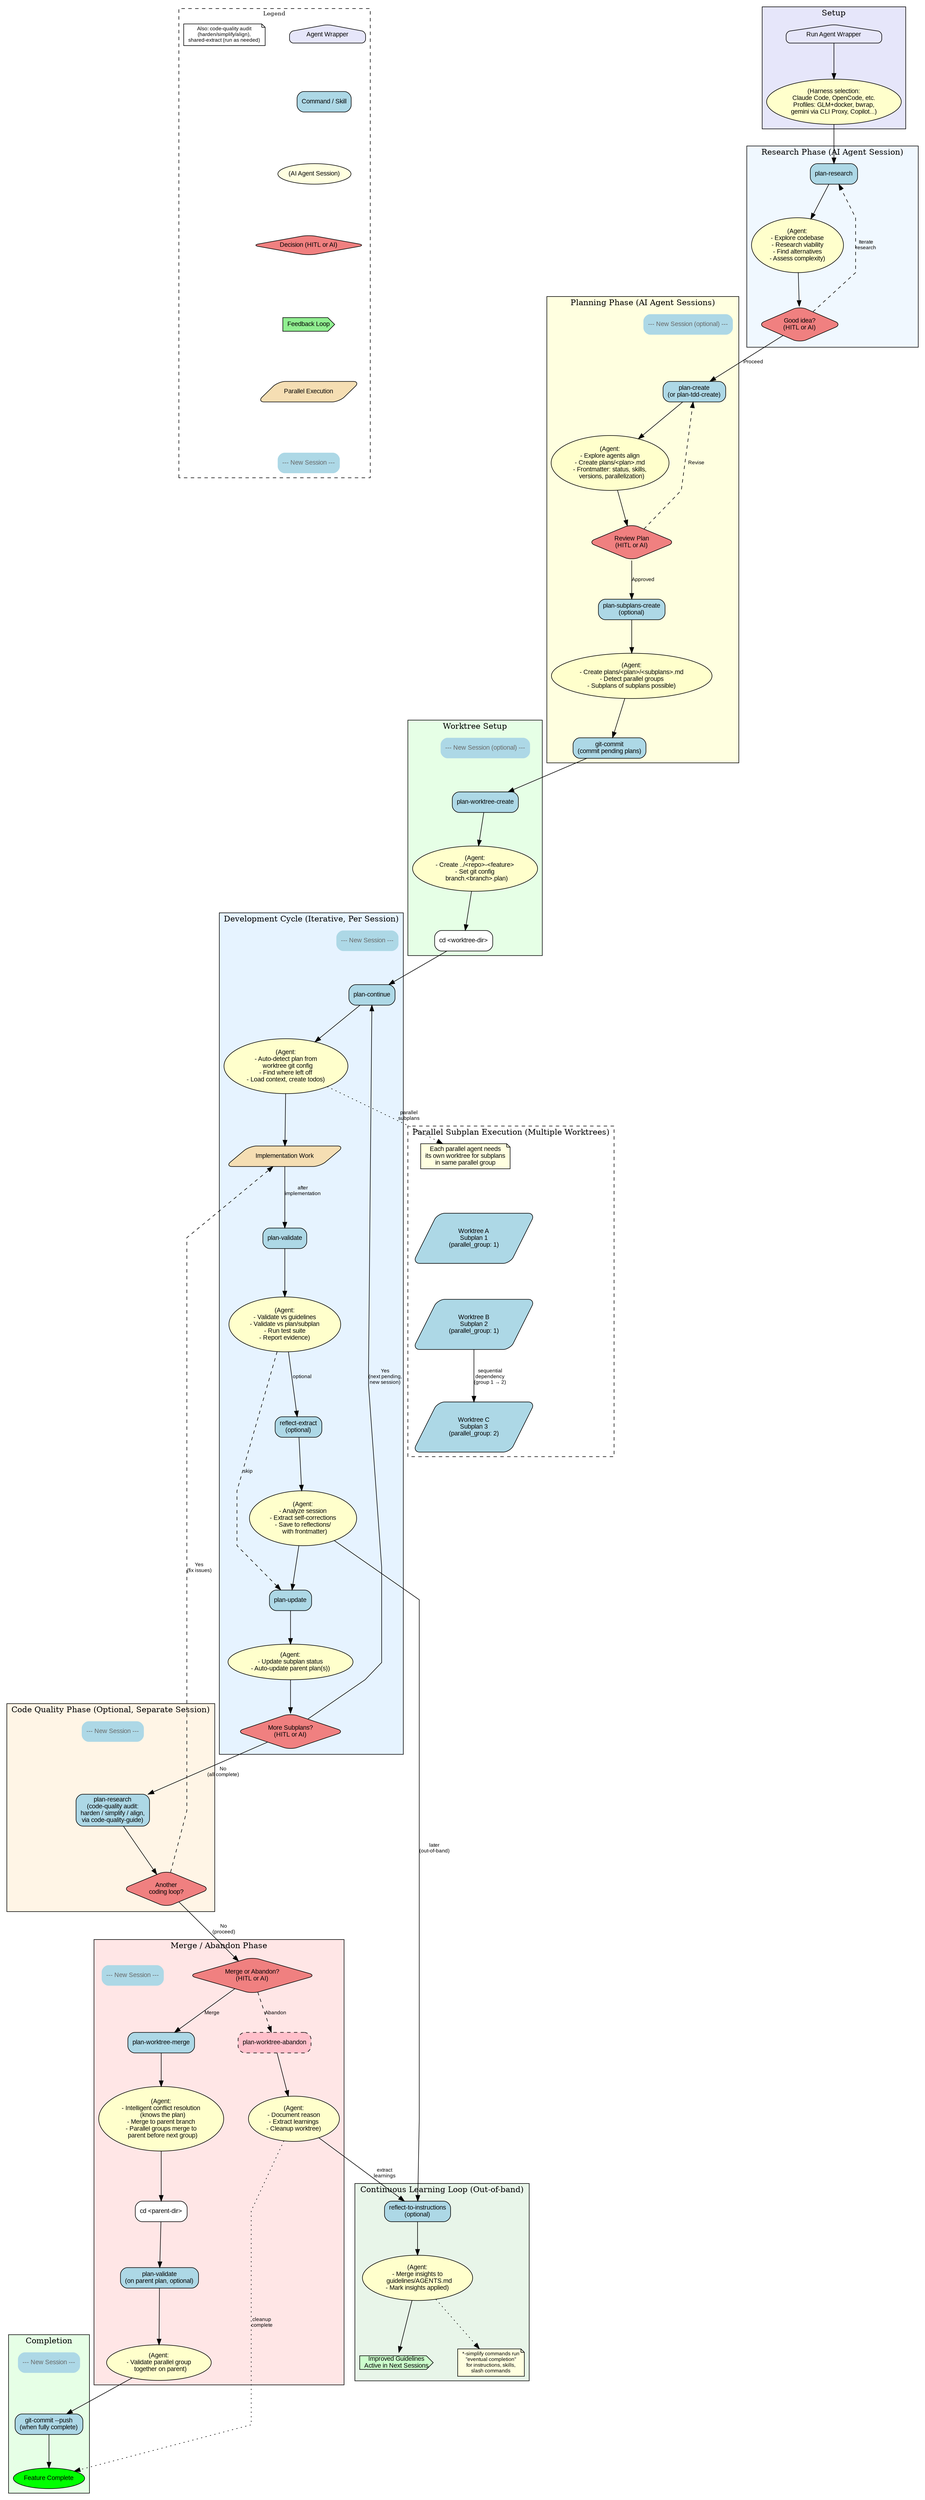
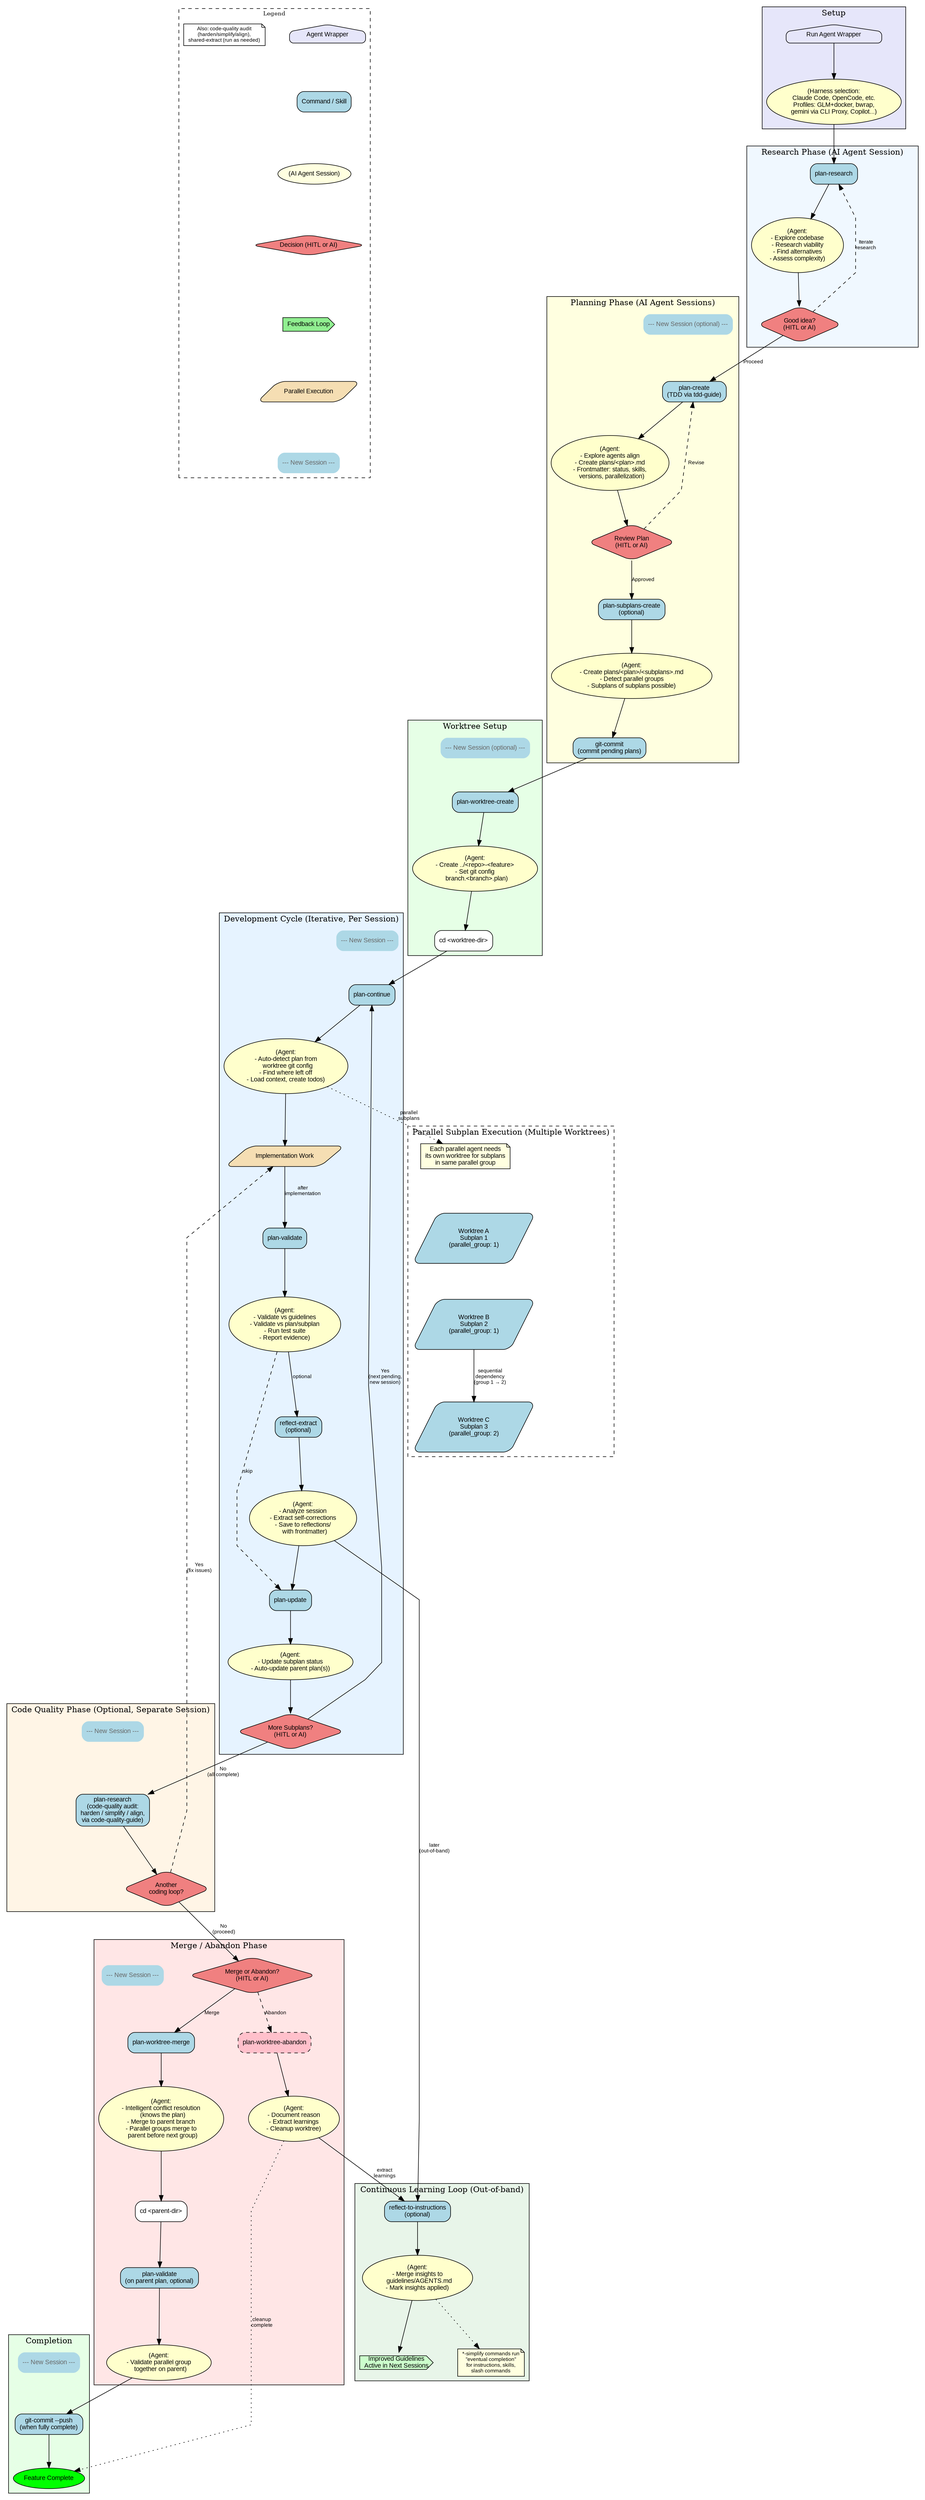
digraph Workflow {
  // Graph settings
  rankdir=TB;
  compound=true;
  newrank=true;
  splines=polyline;
  nodesep=0.6;
  ranksep=0.8;

  // Default node/edge styles
  node [shape=box, style="rounded,filled", fillcolor=lightblue, fontname="Arial", fontsize=11];
  edge [fontname="Arial", fontsize=9];

  // Legend
  subgraph cluster_legend {
    label="Legend";
    style=dashed;
    fontsize=10;

    leg_wrapper [label="Agent Wrapper", shape=house, fillcolor=lavender];
    leg_cmd [label="Command / Skill", fillcolor=lightblue];
    leg_agent [label="(AI Agent Session)", shape=ellipse, fillcolor=lightyellow];
    leg_human [label="Decision (HITL or AI)", shape=diamond, fillcolor=lightcoral];
    leg_loop [label="Feedback Loop", shape=cds, fillcolor=lightgreen];
    leg_parallel [label="Parallel Execution", shape=parallelogram, fillcolor=wheat];
    leg_session [label="--- New Session ---", shape=plaintext, fontcolor=gray40];
    leg_note [label="Also: code-quality audit\n(harden/simplify/align),\nshared-extract (run as needed)", shape=note, fillcolor=white, fontsize=9];

    leg_wrapper -> leg_cmd -> leg_agent -> leg_human -> leg_loop -> leg_parallel -> leg_session [style=invis];
  }

  // Start - Agent Wrapper
  subgraph cluster_setup {
    label="Setup";
    style=filled;
    fillcolor=lavender;

    start [label="Run Agent Wrapper", shape=house, fillcolor=lavender];
    start_agent [label="(Harness selection:\nClaude Code, OpenCode, etc.\nProfiles: GLM+docker, bwrap,\ngemini via CLI Proxy, Copilot...)", shape=ellipse, fillcolor="#ffffcc"];
  }

  // Research Phase
  subgraph cluster_research {
    label="Research Phase (AI Agent Session)";
    style=filled;
    fillcolor="#f0f8ff";

    plan_research [label="plan-research", fillcolor=lightblue];
    plan_research_agent [label="(Agent:\n- Explore codebase\n- Research viability\n- Find alternatives\n- Assess complexity)", shape=ellipse, fillcolor="#ffffcc"];
    research_review [label="Good idea?\n(HITL or AI)", shape=diamond, fillcolor=lightcoral];
  }

  // Planning Phase
  subgraph cluster_planning {
    label="Planning Phase (AI Agent Sessions)";
    style=filled;
    fillcolor=lightyellow;

    session_planning [label="--- New Session (optional) ---", shape=plaintext, fontcolor=gray40];
-     plan_create [label="plan-create\n(or plan-tdd-create)", fillcolor=lightblue];
+     plan_create [label="plan-create\n(TDD via tdd-guide)", fillcolor=lightblue];
    plan_create_agent [label="(Agent:\n- Explore agents align\n- Create plans/<plan>.md\n- Frontmatter: status, skills,\n  versions, parallelization)", shape=ellipse, fillcolor="#ffffcc"];
    plan_review [label="Review Plan\n(HITL or AI)", shape=diamond, fillcolor=lightcoral];
    plan_subplans [label="plan-subplans-create\n(optional)", fillcolor=lightblue];
    plan_subplans_agent [label="(Agent:\n- Create plans/<plan>/<subplans>.md\n- Detect parallel groups\n- Subplans of subplans possible)", shape=ellipse, fillcolor="#ffffcc"];
    git_commit_plans [label="git-commit\n(commit pending plans)", fillcolor=lightblue];
  }

  // Worktree Setup
  subgraph cluster_worktree_setup {
    label="Worktree Setup";
    style=filled;
    fillcolor="#e6ffe6";

    session_worktree [label="--- New Session (optional) ---", shape=plaintext, fontcolor=gray40];
    plan_worktree_create [label="plan-worktree-create", fillcolor=lightblue];
    worktree_agent [label="(Agent:\n- Create ../<repo>-<feature>\n- Set git config\n  branch.<branch>.plan)", shape=ellipse, fillcolor="#ffffcc"];
    cd_worktree [label="cd <worktree-dir>", shape=box, fillcolor=white];
  }

  // Development Cycle
  subgraph cluster_dev_cycle {
    label="Development Cycle (Iterative, Per Session)";
    style=filled;
    fillcolor="#e6f3ff";

    session_dev [label="--- New Session ---", shape=plaintext, fontcolor=gray40];

    plan_continue [label="plan-continue", fillcolor=lightblue];
    plan_continue_agent [label="(Agent:\n- Auto-detect plan from\n  worktree git config\n- Find where left off\n- Load context, create todos)", shape=ellipse, fillcolor="#ffffcc"];

    work [label="Implementation Work", shape=parallelogram, fillcolor=wheat];

    plan_validate [label="plan-validate", fillcolor=lightblue];
    validate_agent [label="(Agent:\n- Validate vs guidelines\n- Validate vs plan/subplan\n- Run test suite\n- Report evidence)", shape=ellipse, fillcolor="#ffffcc"];

    insights_extract [label="reflect-extract\n(optional)", fillcolor=lightblue];
    insights_agent [label="(Agent:\n- Analyze session\n- Extract self-corrections\n- Save to reflections/\n  with frontmatter)", shape=ellipse, fillcolor="#ffffcc"];

    plan_update [label="plan-update", fillcolor=lightblue];
    update_agent [label="(Agent:\n- Update subplan status\n- Auto-update parent plan(s))", shape=ellipse, fillcolor="#ffffcc"];

    more_subplans [label="More Subplans?\n(HITL or AI)", shape=diamond, fillcolor=lightcoral];
  }

  // Code Quality Phase
  subgraph cluster_quality {
    label="Code Quality Phase (Optional, Separate Session)";
    style=filled;
    fillcolor="#fff5e6";

    session_quality [label="--- New Session ---", shape=plaintext, fontcolor=gray40];
    code_quality [label="plan-research\n(code-quality audit:\nharden / simplify / align,\nvia code-quality-guide)", fillcolor=lightblue];
    quality_loop [label="Another\ncoding loop?", shape=diamond, fillcolor=lightcoral];
  }

  // Parallel Execution
  subgraph cluster_parallel {
    label="Parallel Subplan Execution (Multiple Worktrees)";
    style=dashed;
    fillcolor=wheat;

    parallel_note [label="Each parallel agent needs\nits own worktree for subplans\nin same parallel group", shape=note, fillcolor=lightyellow];
    worktree_1 [label="Worktree A\nSubplan 1\n(parallel_group: 1)", shape=parallelogram];
    worktree_2 [label="Worktree B\nSubplan 2\n(parallel_group: 1)", shape=parallelogram];
    worktree_3 [label="Worktree C\nSubplan 3\n(parallel_group: 2)", shape=parallelogram];
  }

  // Merge Phase
  subgraph cluster_merge {
    label="Merge / Abandon Phase";
    style=filled;
    fillcolor="#ffe6e6";

    session_merge [label="--- New Session ---", shape=plaintext, fontcolor=gray40];

    merge_or_abandon [label="Merge or Abandon?\n(HITL or AI)", shape=diamond, fillcolor=lightcoral];

    plan_worktree_merge [label="plan-worktree-merge", fillcolor=lightblue];
    merge_agent [label="(Agent:\n- Intelligent conflict resolution\n  (knows the plan)\n- Merge to parent branch\n- Parallel groups merge to\n  parent before next group)", shape=ellipse, fillcolor="#ffffcc"];

    plan_worktree_abandon [label="plan-worktree-abandon", fillcolor=pink, style="rounded,filled,dashed"];
    abandon_agent [label="(Agent:\n- Document reason\n- Extract learnings\n- Cleanup worktree)", shape=ellipse, fillcolor="#ffffcc"];

    cd_parent [label="cd <parent-dir>", shape=box, fillcolor=white];

    plan_validate_parent [label="plan-validate\n(on parent plan, optional)", fillcolor=lightblue];
    validate_parent_agent [label="(Agent:\n- Validate parallel group\n  together on parent)", shape=ellipse, fillcolor="#ffffcc"];
  }

  // Learning Integration Loop
  subgraph cluster_insights_loop {
    label="Continuous Learning Loop (Out-of-band)";
    style=filled;
    fillcolor="#e8f5e9";

    insights_integrate [label="reflect-to-instructions\n(optional)", fillcolor=lightblue];
    integrate_agent [label="(Agent:\n- Merge insights to\n  guidelines/AGENTS.md\n- Mark insights applied)", shape=ellipse, fillcolor="#ffffcc"];

    skills_active [label="Improved Guidelines\nActive in Next Sessions", shape=cds, fillcolor="#ccffcc"];

    simplify_note [label="*-simplify commands run\n\"eventual completion\"\nfor instructions, skills,\nslash commands", shape=note, fillcolor=lightyellow, fontsize=9];
  }

  // Completion
  subgraph cluster_complete {
    label="Completion";
    style=filled;
    fillcolor="#e6ffe6";

    session_complete [label="--- New Session ---", shape=plaintext, fontcolor=gray40];
    git_commit_push [label="git-commit --push\n(when fully complete)", fillcolor=lightblue];
    end [label="Feature Complete", shape=oval, fillcolor=green];
  }

  // Main Flow
  start -> start_agent;
  start_agent -> plan_research;

  // Research flow
  plan_research -> plan_research_agent;
  plan_research_agent -> research_review;
  research_review -> plan_create [label="Proceed"];
  research_review -> plan_research [label="Iterate\nresearch", style=dashed];

  // Planning flow
  plan_create -> plan_create_agent;
  plan_create_agent -> plan_review;
  plan_review -> plan_subplans [label="Approved"];
  plan_review -> plan_create [label="Revise", style=dashed];
  plan_subplans -> plan_subplans_agent;
  plan_subplans_agent -> git_commit_plans;
  git_commit_plans -> plan_worktree_create;

  // Worktree setup flow
  plan_worktree_create -> worktree_agent;
  worktree_agent -> cd_worktree;
  cd_worktree -> plan_continue;

  // Development cycle flow
  plan_continue -> plan_continue_agent;
  plan_continue_agent -> work;
  work -> plan_validate [label="after\nimplementation"];
  plan_validate -> validate_agent;
  validate_agent -> insights_extract [label="optional"];
  validate_agent -> plan_update [style=dashed, label="skip"];
  insights_extract -> insights_agent;
  insights_agent -> plan_update;
  plan_update -> update_agent;
  update_agent -> more_subplans;

  more_subplans -> plan_continue [label="Yes\n(next pending,\nnew session)"];
  more_subplans -> code_quality [label="No\n(all complete)"];

  // Code quality flow
  code_quality -> quality_loop;
  quality_loop -> work [label="Yes\n(fix issues)", style=dashed];
  quality_loop -> merge_or_abandon [label="No\n(proceed)"];

  // Parallel execution (shown separately)
  plan_continue_agent -> parallel_note [style=dotted, label="parallel\nsubplans"];
  parallel_note -> worktree_1 [style=invis];
  worktree_1 -> worktree_2 [style=invis];
  worktree_2 -> worktree_3 [label="sequential\ndependency\n(group 1 → 2)"];

  // Merge flow
  merge_or_abandon -> plan_worktree_merge [label="Merge"];
  merge_or_abandon -> plan_worktree_abandon [label="Abandon", style=dashed];

  plan_worktree_merge -> merge_agent;
  merge_agent -> cd_parent;
  cd_parent -> plan_validate_parent;
  plan_validate_parent -> validate_parent_agent;
  validate_parent_agent -> git_commit_push;

  // Abandon flow
  plan_worktree_abandon -> abandon_agent;
  abandon_agent -> insights_integrate [label="extract\nlearnings"];
  abandon_agent -> end [label="cleanup\ncomplete", style=dotted];

  // Learning integration loop
  insights_agent -> insights_integrate [label="later\n(out-of-band)"];
  insights_integrate -> integrate_agent;
  integrate_agent -> skills_active;
  integrate_agent -> simplify_note [style=dotted];

  // Completion
  git_commit_push -> end;

  // Session boundary visual hints (invisible edges for layout)
  session_planning -> plan_create [style=invis];
  session_worktree -> plan_worktree_create [style=invis];
  session_dev -> plan_continue [style=invis];
  session_quality -> code_quality [style=invis];
  session_merge -> plan_worktree_merge [style=invis];
  session_complete -> git_commit_push [style=invis];
}
